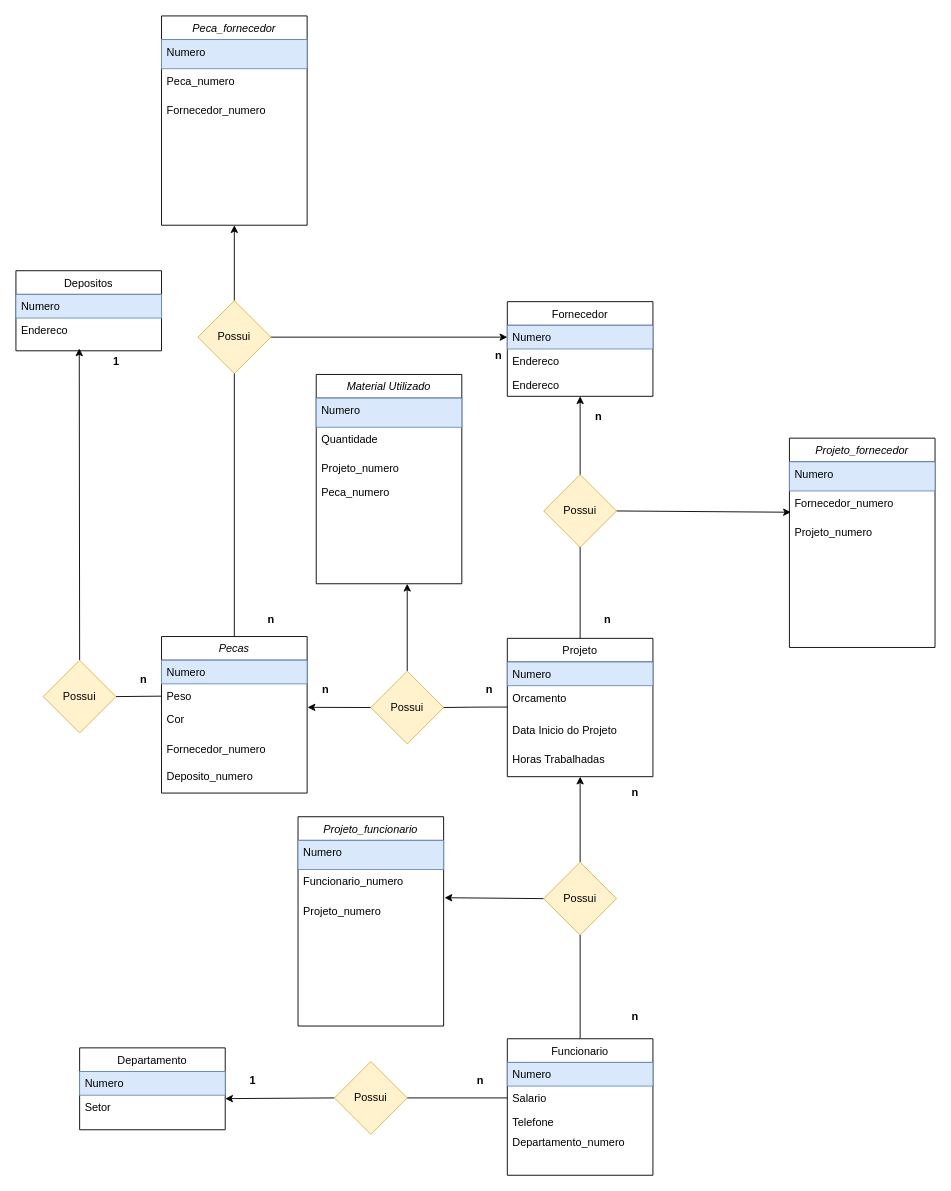
Rafaty/GRUPO-777 keeps this draw.io diagram as Gabriela/Aula 1 Exercício 2 banco de dados.drawio. Above is the earlier version. Source tidied: cells renumbered, new cells numbered last; positions are measured from the earlier drawing's top-left corner, leaving out a move shared by most shapes. Both pictures are drawn from the tidied source at 91%, with x=0, y=0 at pixel (15, 15).
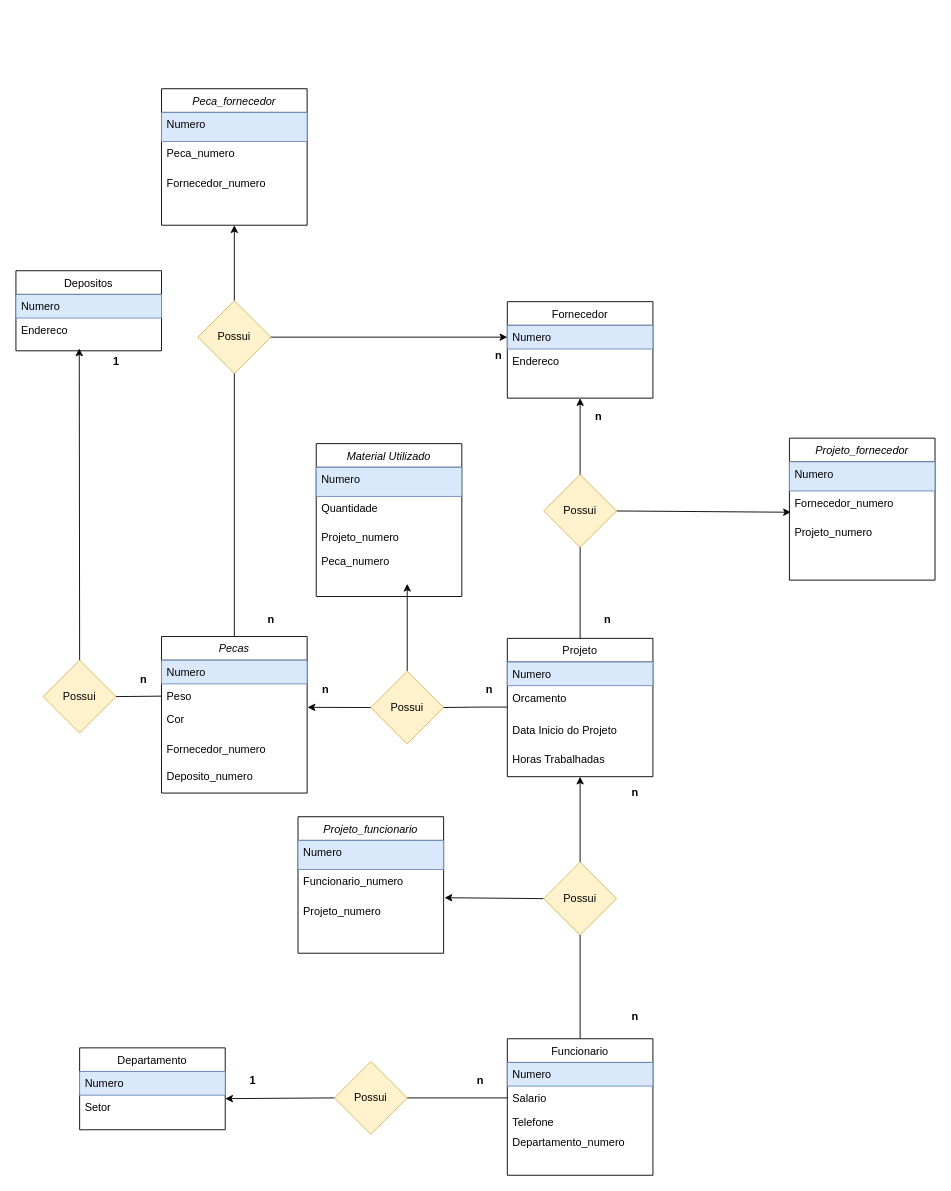
The same diagram, later.

Commit message:
aula 1 exercicio 2 BD CORRIGIDO

The edit, as a diff of the source:
```diff
@@
     <mxCell id="36" value="Peca_fornecedor" style="swimlane;fontStyle=2;align=center;verticalAlign=top;horizontal=1;startSize=26;rounded=0;shadow=0;strokeWidth=1;" parent="1" vertex="1">
-      <mxGeometry x="160" width="160" height="230" as="geometry" />
+      <mxGeometry x="160" y="80" width="160" height="150" as="geometry" />
     </mxCell>
@@
     <mxCell id="44" value="Fornecedor" style="swimlane;fontStyle=0;align=center;verticalAlign=top;horizontal=1;startSize=26;rounded=0;shadow=0;strokeWidth=1;" parent="1" vertex="1">
-      <mxGeometry x="540" y="314" width="160" height="104" as="geometry" />
+      <mxGeometry x="540" y="314" width="160" height="106" as="geometry" />
     </mxCell>
@@
-    <mxCell id="47" value="Endereco" style="text;align=left;verticalAlign=top;spacingLeft=4;spacingRight=4;overflow=hidden;rounded=0;shadow=0;html=0;" parent="44" vertex="1">
-      <mxGeometry y="78" width="160" height="26" as="geometry" />
-    </mxCell>
     <mxCell id="48" value="Material Utilizado" style="swimlane;fontStyle=2;align=center;verticalAlign=top;horizontal=1;startSize=26;rounded=0;shadow=0;strokeWidth=1;" parent="1" vertex="1">
-      <mxGeometry x="330" y="394" width="160" height="230" as="geometry" />
+      <mxGeometry x="330" y="470" width="160" height="168" as="geometry" />
     </mxCell>
@@
     <mxCell id="66" value="Projeto_fornecedor" style="swimlane;fontStyle=2;align=center;verticalAlign=top;horizontal=1;startSize=26;rounded=0;shadow=0;strokeWidth=1;" parent="1" vertex="1">
-      <mxGeometry x="850" y="464" width="160" height="230" as="geometry" />
+      <mxGeometry x="850" y="464" width="160" height="156" as="geometry" />
     </mxCell>
@@
     <mxCell id="79" value="Projeto_funcionario" style="swimlane;fontStyle=2;align=center;verticalAlign=top;horizontal=1;startSize=26;rounded=0;shadow=0;strokeWidth=1;" parent="1" vertex="1">
-      <mxGeometry x="310" y="880" width="160" height="230" as="geometry" />
+      <mxGeometry x="310" y="880" width="160" height="150" as="geometry" />
     </mxCell>
```
